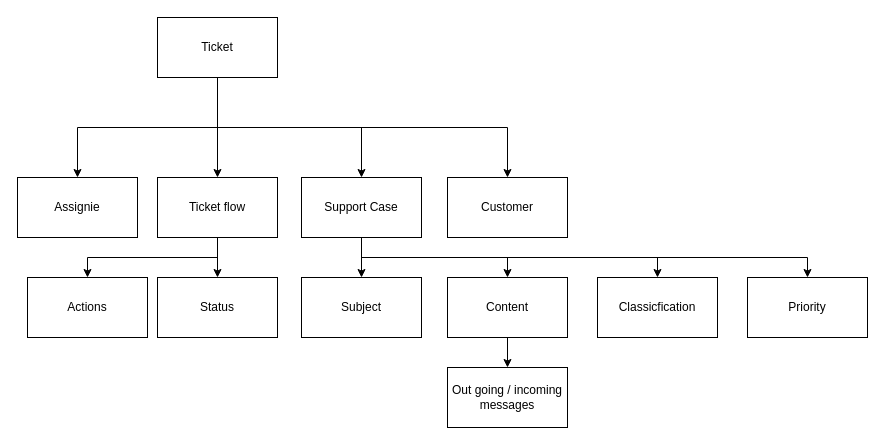
The draw.io diagram page "Tickets" (5 of 6) of Software Requriements/DrawIO/Untitled Diagram.drawio in xavizus/Yet-another-CMS, before the edit. Source tidied: cells renumbered, new cells numbered last; positions are measured from the earlier drawing's top-left corner, leaving out a move shared by most shapes. Both pictures are drawn from the tidied source at 100%, with x=0, y=0 at pixel (17, 17).
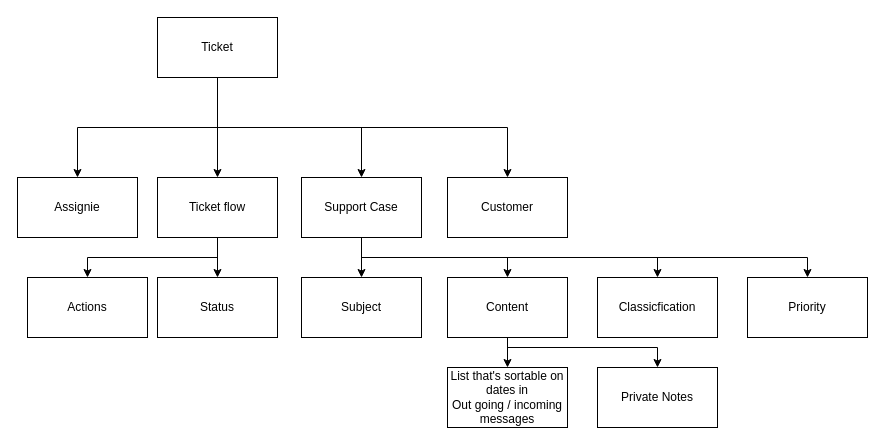
The same page after the edit.

The change refers to these unchanged cells:
```xml
<mxCell id="19" value="Content" style="whiteSpace=wrap;html=1;rounded=0;" parent="1" vertex="1">
  <mxGeometry x="430" y="260" width="120" height="60" as="geometry" />
</mxCell>
```

Change to the diagram source:
```diff
@@
+    <mxCell id="25" style="edgeStyle=orthogonalEdgeStyle;rounded=0;jettySize=auto;html=1;startArrow=none;startFill=0;" parent="1" edge="1" source="19" target="26">
+      <mxGeometry relative="1" as="geometry">
+        <Array as="points">
+          <mxPoint x="490" y="330" />
+          <mxPoint x="640" y="330" />
+        </Array>
+      </mxGeometry>
+    </mxCell>
@@
-    <mxCell id="24" value="Out going / incoming messages" style="whiteSpace=wrap;html=1;rounded=0;" parent="1" vertex="1">
+    <mxCell id="24" value="&lt;div&gt;List that's sortable on dates in&lt;br&gt;&lt;/div&gt;&lt;div&gt;Out going / incoming messages&lt;/div&gt;" style="whiteSpace=wrap;html=1;rounded=0;" parent="1" vertex="1">
       <mxGeometry x="430" y="350" width="120" height="60" as="geometry" />
     </mxCell>
+    <mxCell id="26" value="Private Notes" style="whiteSpace=wrap;html=1;rounded=0;" parent="1" vertex="1">
+      <mxGeometry x="580" y="350" width="120" height="60" as="geometry" />
+    </mxCell>
```
